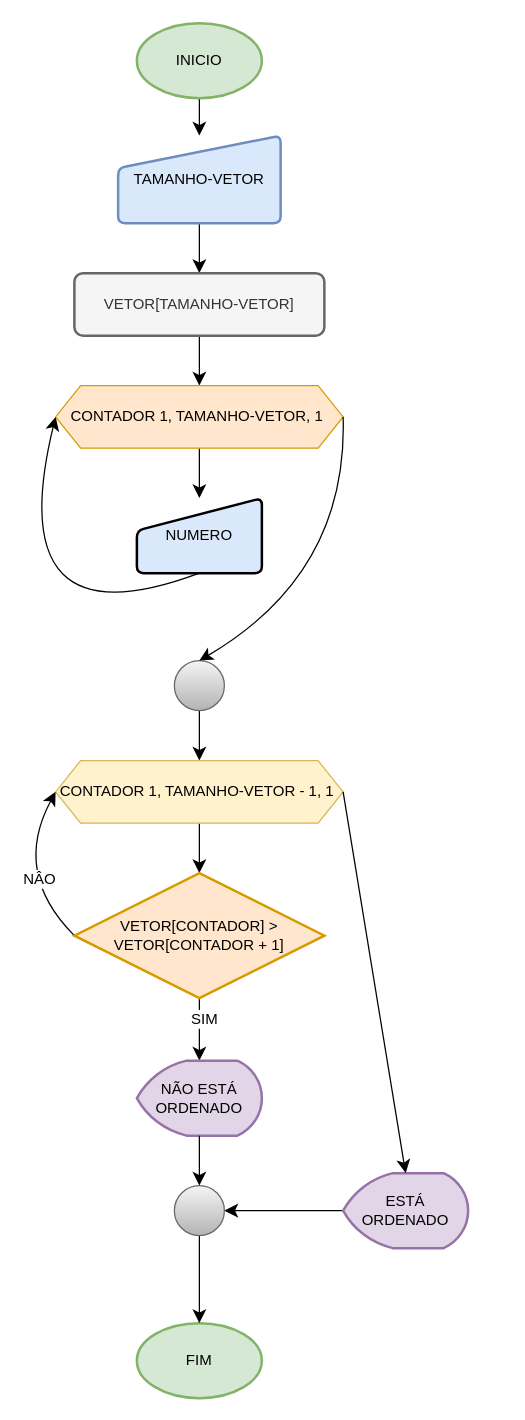
This is fluxogramas/Vetor_Ex_Proposto_001.drawio from thisouza01/bootcamp-cobol, a draw.io file, before an edit. Source tidied: cells renumbered, new cells numbered last; positions are measured from the earlier drawing's top-left corner, leaving out a move shared by most shapes. Both pictures are drawn from the tidied source at 125%, with x=0, y=0 at pixel (-1, 22).
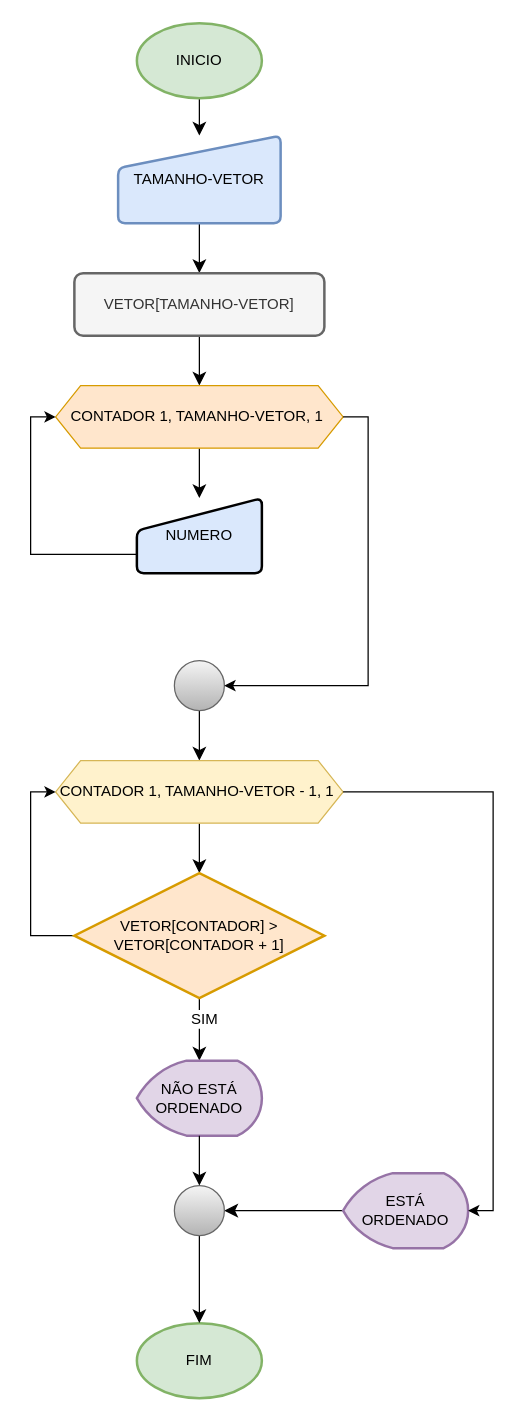
Above is the later version.

The change refers to these unchanged cells:
```xml
<mxCell id="10" value="CONTADOR 1, TAMANHO-VETOR, 1&amp;nbsp;" style="shape=hexagon;perimeter=hexagonPerimeter2;whiteSpace=wrap;html=1;fixedSize=1;fillColor=#ffe6cc;strokeColor=#d79b00;" parent="1" vertex="1">
  <mxGeometry x="45" y="290" width="230" height="50" as="geometry" />
</mxCell>
<mxCell id="12" value="NUMERO" style="html=1;strokeWidth=2;shape=manualInput;whiteSpace=wrap;rounded=1;size=26;arcSize=11;fillColor=#dae8fc;strokeColor=default;" parent="1" vertex="1">
  <mxGeometry x="110" y="380" width="100" height="60" as="geometry" />
</mxCell>
<mxCell id="14" style="verticalLabelPosition=bottom;verticalAlign=top;html=1;shape=mxgraph.flowchart.on-page_reference;fillColor=#f5f5f5;gradientColor=#b3b3b3;strokeColor=#666666;" parent="1" vertex="1">
  <mxGeometry x="140" y="510" width="40" height="40" as="geometry" />
</mxCell>
<mxCell id="17" value="CONTADOR 1, TAMANHO-VETOR - 1, 1&amp;nbsp;" style="shape=hexagon;perimeter=hexagonPerimeter2;whiteSpace=wrap;html=1;fixedSize=1;fillColor=#fff2cc;strokeColor=#d6b656;" parent="1" vertex="1">
  <mxGeometry x="45" y="590" width="230" height="50" as="geometry" />
</mxCell>
<mxCell id="22" value="VETOR[CONTADOR] &amp;gt; VETOR[CONTADOR + 1]" style="strokeWidth=2;html=1;shape=mxgraph.flowchart.decision;whiteSpace=wrap;fillColor=#ffe6cc;strokeColor=#d79b00;" parent="1" vertex="1">
  <mxGeometry x="60" y="680" width="200" height="100" as="geometry" />
</mxCell>
<mxCell id="26" value="ESTÁ ORDENADO" style="strokeWidth=2;html=1;shape=mxgraph.flowchart.display;whiteSpace=wrap;fillColor=#e1d5e7;strokeColor=#9673a6;" parent="1" vertex="1">
  <mxGeometry x="275" y="920" width="100" height="60" as="geometry" />
</mxCell>
```

The edit, as a diff of the source:
```diff
@@
-    <mxCell id="11" style="edgeStyle=none;curved=1;rounded=0;jettySize=auto;html=1;exitX=0.5;exitY=1;exitDx=0;exitDy=0;entryX=0;entryY=0.5;entryDx=0;entryDy=0;fontSize=12;startSize=8;endSize=8;flowAnimation=0;shadow=0;" parent="1" edge="1" source="12" target="10">
-      <mxGeometry relative="1" as="geometry">
-        <Array as="points">
-          <mxPoint y="500" />
-        </Array>
-      </mxGeometry>
+    <mxCell id="11" style="edgeStyle=orthogonalEdgeStyle;rounded=0;jettySize=auto;html=1;exitX=0;exitY=0.75;exitDx=0;exitDy=0;entryX=0;entryY=0.5;entryDx=0;entryDy=0;" parent="1" edge="1" source="12" target="10">
+      <mxGeometry relative="1" as="geometry" />
     </mxCell>
@@
-    <mxCell id="15" style="edgeStyle=none;curved=1;rounded=0;jettySize=auto;html=1;exitX=1;exitY=0.5;exitDx=0;exitDy=0;entryX=0.5;entryY=0;entryDx=0;entryDy=0;entryPerimeter=0;fontSize=12;startSize=8;endSize=8;" parent="1" edge="1" source="10" target="14">
-      <mxGeometry relative="1" as="geometry">
-        <Array as="points">
-          <mxPoint x="279" y="440" />
-        </Array>
-      </mxGeometry>
-    </mxCell>
@@
-    <mxCell id="20" style="edgeStyle=none;curved=1;rounded=0;jettySize=auto;html=1;exitX=0;exitY=0.5;exitDx=0;exitDy=0;exitPerimeter=0;entryX=0;entryY=0.5;entryDx=0;entryDy=0;fontSize=12;startSize=8;endSize=8;" parent="1" edge="1" source="22" target="17">
-      <mxGeometry relative="1" as="geometry">
-        <Array as="points">
-          <mxPoint x="10" y="680" />
-        </Array>
-      </mxGeometry>
+    <mxCell id="20" style="edgeStyle=orthogonalEdgeStyle;rounded=0;jettySize=auto;html=1;exitX=0;exitY=0.5;exitDx=0;exitDy=0;exitPerimeter=0;entryX=0;entryY=0.5;entryDx=0;entryDy=0;" parent="1" edge="1" source="22" target="17">
+      <mxGeometry relative="1" as="geometry" />
     </mxCell>
-    <mxCell id="21" value="NÂO" style="edgeLabel;html=1;align=center;verticalAlign=middle;fontSize=12;" parent="20" vertex="1">
-      <mxGeometry x="-0.26" y="-12" relative="1" as="geometry" />
-    </mxCell>
@@
-    <mxCell id="30" style="edgeStyle=none;curved=1;rounded=0;jettySize=auto;html=1;exitX=1;exitY=0.5;exitDx=0;exitDy=0;entryX=0.5;entryY=0;entryDx=0;entryDy=0;entryPerimeter=0;fontSize=12;startSize=8;endSize=8;" parent="1" edge="1" source="17" target="26">
+    <mxCell id="30" style="edgeStyle=orthogonalEdgeStyle;rounded=0;jettySize=auto;html=1;exitX=1;exitY=0.5;exitDx=0;exitDy=0;entryX=1;entryY=0.5;entryDx=0;entryDy=0;entryPerimeter=0;" parent="1" edge="1" source="17" target="26">
       <mxGeometry relative="1" as="geometry" />
     </mxCell>
+    <mxCell id="15" style="edgeStyle=orthogonalEdgeStyle;rounded=0;jettySize=auto;html=1;exitX=1;exitY=0.5;exitDx=0;exitDy=0;entryX=1;entryY=0.5;entryDx=0;entryDy=0;entryPerimeter=0;" parent="1" edge="1" source="10" target="14">
+      <mxGeometry relative="1" as="geometry" />
+    </mxCell>
```
